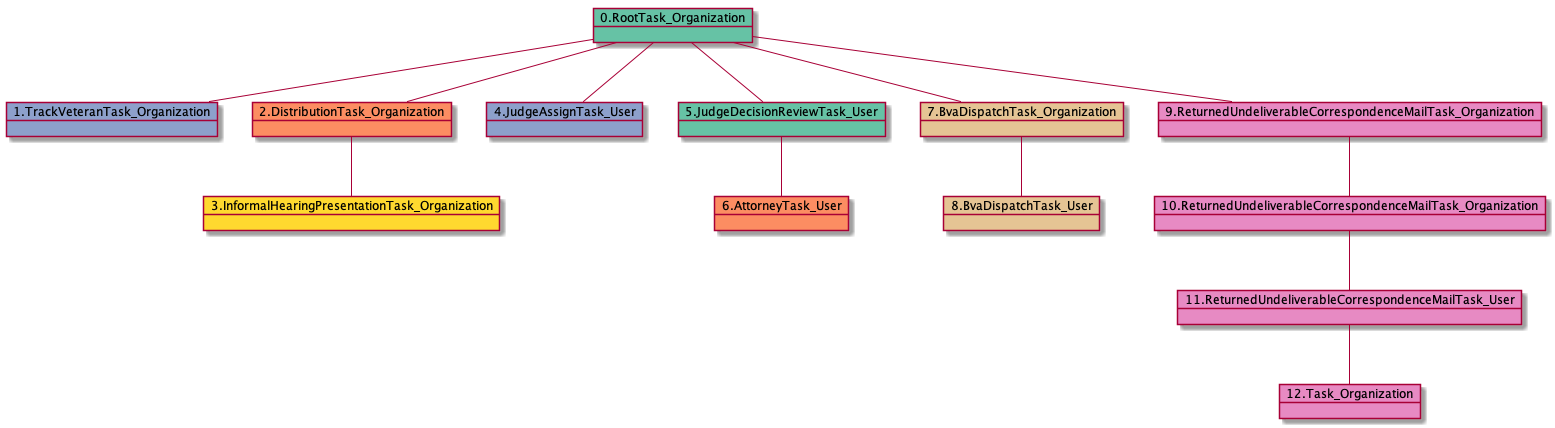
The PlantUML diagram docs-DR/uml/RTO.TVTO.DTO.IHPTO.JATU.JDRTU.ATU.BDTO.BDTU.RUCMTO-29665.png in yoomlam/graphing, before a commit.
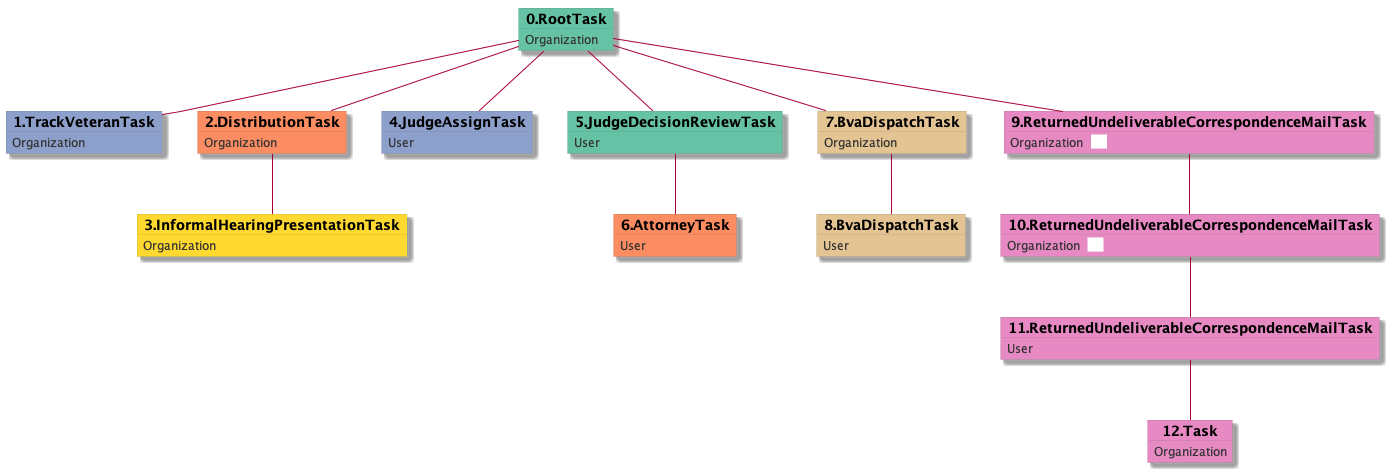
After the change.

Change to the diagram source:
```diff
@@ -1,27 +1,61 @@
 @startuml
-object 0.RootTask_Organization #66c2a5
-object 1.TrackVeteranTask_Organization #8da0cb
-object 2.DistributionTask_Organization #fc8d62
-object 3.InformalHearingPresentationTask_Organization #ffd92f
-object 4.JudgeAssignTask_User #8da0cb
-object 5.JudgeDecisionReviewTask_User #66c2a5
-object 6.AttorneyTask_User #fc8d62
-object 7.BvaDispatchTask_Organization #e5c494
-object 8.BvaDispatchTask_User #e5c494
-object 9.ReturnedUndeliverableCorrespondenceMailTask_Organization #e78ac3
-object 10.ReturnedUndeliverableCorrespondenceMailTask_Organization #e78ac3
-object 11.ReturnedUndeliverableCorrespondenceMailTask_User #e78ac3
-object 12.Task_Organization #e78ac3
-0.RootTask_Organization -- 1.TrackVeteranTask_Organization
-0.RootTask_Organization -- 2.DistributionTask_Organization
-2.DistributionTask_Organization -- 3.InformalHearingPresentationTask_Organization
-0.RootTask_Organization -- 4.JudgeAssignTask_User
-0.RootTask_Organization -- 5.JudgeDecisionReviewTask_User
-5.JudgeDecisionReviewTask_User -- 6.AttorneyTask_User
-0.RootTask_Organization -- 7.BvaDispatchTask_Organization
-7.BvaDispatchTask_Organization -- 8.BvaDispatchTask_User
-0.RootTask_Organization -- 9.ReturnedUndeliverableCorrespondenceMailTask_Organization
-9.ReturnedUndeliverableCorrespondenceMailTask_Organization -- 10.ReturnedUndeliverableCorrespondenceMailTask_Organization
-10.ReturnedUndeliverableCorrespondenceMailTask_Organization -- 11.ReturnedUndeliverableCorrespondenceMailTask_User
-11.ReturnedUndeliverableCorrespondenceMailTask_User -- 12.Task_Organization
+skinparam {
+  ObjectBorderColor #555
+  ObjectBorderThickness 0
+  ObjectFontStyle bold
+  ObjectFontSize 14
+  ObjectAttributeFontColor #333
+  ObjectAttributeFontSize 12
+}
+  object 0.RootTask #66c2a5 {
+Organization
+}
+  object 1.TrackVeteranTask #8da0cb {
+Organization
+}
+  object 2.DistributionTask #fc8d62 {
+Organization
+}
+  object 3.InformalHearingPresentationTask #ffd92f {
+Organization
+}
+  object 4.JudgeAssignTask #8da0cb {
+User
+}
+  object 5.JudgeDecisionReviewTask #66c2a5 {
+User
+}
+  object 6.AttorneyTask #fc8d62 {
+User
+}
+  object 7.BvaDispatchTask #e5c494 {
+Organization
+}
+  object 8.BvaDispatchTask #e5c494 {
+User
+}
+  object 9.ReturnedUndeliverableCorrespondenceMailTask #e78ac3 {
+Organization  <back:white>    </back>
+}
+  object 10.ReturnedUndeliverableCorrespondenceMailTask #e78ac3 {
+Organization  <back:white>    </back>
+}
+  object 11.ReturnedUndeliverableCorrespondenceMailTask #e78ac3 {
+User
+}
+  object 12.Task #e78ac3 {
+Organization
+}
+0.RootTask -- 1.TrackVeteranTask
+0.RootTask -- 2.DistributionTask
+2.DistributionTask -- 3.InformalHearingPresentationTask
+0.RootTask -- 4.JudgeAssignTask
+0.RootTask -- 5.JudgeDecisionReviewTask
+5.JudgeDecisionReviewTask -- 6.AttorneyTask
+0.RootTask -- 7.BvaDispatchTask
+7.BvaDispatchTask -- 8.BvaDispatchTask
+0.RootTask -- 9.ReturnedUndeliverableCorrespondenceMailTask
+9.ReturnedUndeliverableCorrespondenceMailTask -- 10.ReturnedUndeliverableCorrespondenceMailTask
+10.ReturnedUndeliverableCorrespondenceMailTask -- 11.ReturnedUndeliverableCorrespondenceMailTask
+11.ReturnedUndeliverableCorrespondenceMailTask -- 12.Task
 @enduml
```
